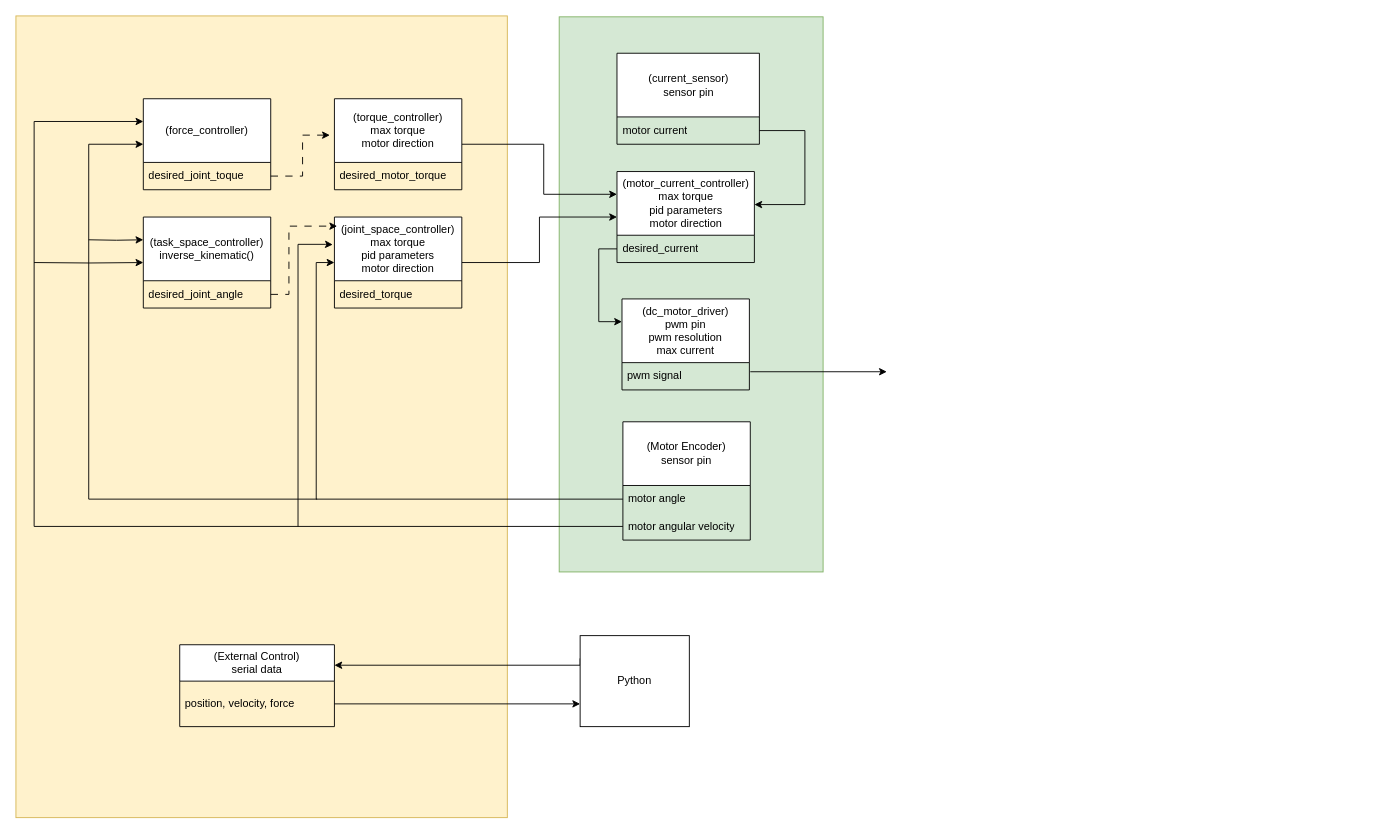
Earlier version of the draw.io diagram Untitled Diagram.drawio (amiremolaei/classification-pipeline). Source tidied: cells renumbered, new cells numbered last; positions are measured from the earlier drawing's top-left corner, leaving out a move shared by most shapes. Both pictures are drawn from the tidied source at 91%, with x=0, y=0 at pixel (15, 15).
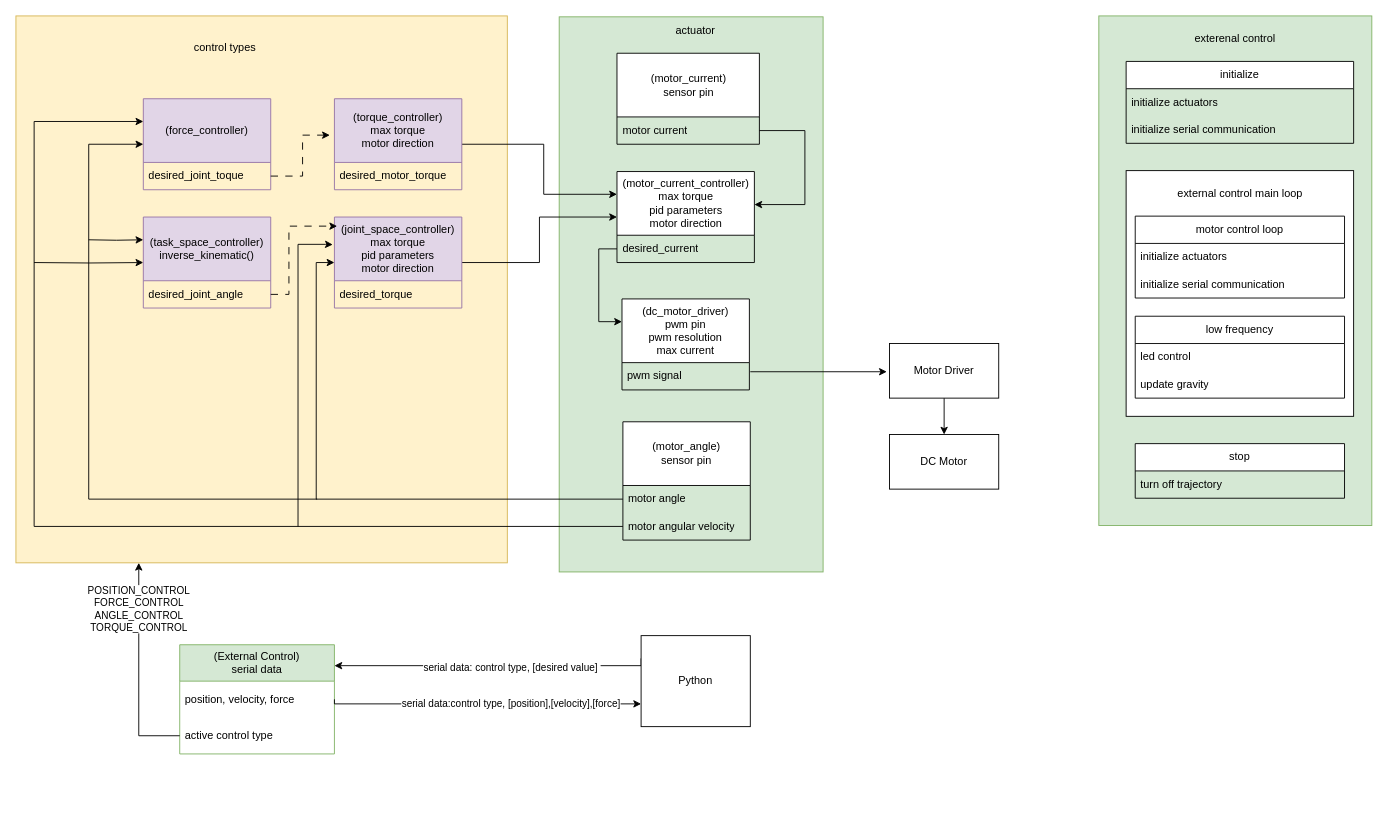
The same page after the edit.

Change to the diagram source:
```diff
@@
     <mxCell id="2" style="rounded=0;whiteSpace=wrap;html=1;fillColor=#fff2cc;strokeColor=#d6b656;" parent="1" vertex="1">
-      <mxGeometry width="540" height="881" as="geometry" />
+      <mxGeometry width="540" height="601" as="geometry" />
     </mxCell>
@@
-    <mxCell id="4" value="(Motor Encoder)&lt;br&gt;sensor pin" style="swimlane;fontStyle=0;horizontal=1;startSize=70;whiteSpace=wrap;html=1;" parent="1" vertex="1">
+    <mxCell id="4" value="(motor_angle)&lt;br&gt;sensor pin" style="swimlane;fontStyle=0;horizontal=1;startSize=70;whiteSpace=wrap;html=1;" parent="1" vertex="1">
       <mxGeometry x="667" y="446" width="140" height="130" as="geometry" />
     </mxCell>
@@
-    <mxCell id="9" value="(current_sensor)&lt;br&gt;sensor pin" style="swimlane;fontStyle=0;horizontal=1;startSize=70;whiteSpace=wrap;html=1;" parent="1" vertex="1">
+    <mxCell id="9" value="(motor_current)&lt;br&gt;sensor pin" style="swimlane;fontStyle=0;horizontal=1;startSize=70;whiteSpace=wrap;html=1;" parent="1" vertex="1">
       <mxGeometry x="660.5" y="41" width="156.5" height="100" as="geometry" />
     </mxCell>
@@
-    <mxCell id="15" value="(torque_controller)&lt;br&gt;max torque&lt;br&gt;motor direction" style="swimlane;fontStyle=0;horizontal=1;startSize=70;whiteSpace=wrap;html=1;" parent="1" vertex="1">
+    <mxCell id="15" value="(torque_controller)&lt;br&gt;max torque&lt;br&gt;motor direction" style="swimlane;fontStyle=0;horizontal=1;startSize=70;whiteSpace=wrap;html=1;fillColor=#e1d5e7;strokeColor=#9673a6;" parent="1" vertex="1">
       <mxGeometry x="350" y="91" width="140" height="100" as="geometry" />
     </mxCell>
@@
-    <mxCell id="17" value="(force_controller)&lt;br&gt;" style="swimlane;fontStyle=0;horizontal=1;startSize=70;whiteSpace=wrap;html=1;" parent="1" vertex="1">
+    <mxCell id="17" value="(force_controller)&lt;br&gt;" style="swimlane;fontStyle=0;horizontal=1;startSize=70;whiteSpace=wrap;html=1;fillColor=#e1d5e7;strokeColor=#9673a6;" parent="1" vertex="1">
       <mxGeometry x="140" y="91" width="140" height="100" as="geometry" />
     </mxCell>
@@
-    <mxCell id="26" value="(joint_space_controller)&lt;br&gt;max torque&lt;br&gt;pid parameters&lt;br&gt;motor direction" style="swimlane;fontStyle=0;horizontal=1;startSize=70;whiteSpace=wrap;html=1;" parent="1" vertex="1">
+    <mxCell id="26" value="(joint_space_controller)&lt;br&gt;max torque&lt;br&gt;pid parameters&lt;br&gt;motor direction" style="swimlane;fontStyle=0;horizontal=1;startSize=70;whiteSpace=wrap;html=1;fillColor=#e1d5e7;strokeColor=#9673a6;" parent="1" vertex="1">
       <mxGeometry x="350" y="221" width="140" height="100" as="geometry" />
     </mxCell>
@@
-    <mxCell id="30" value="(task_space_controller)&lt;br&gt;inverse_kinematic()" style="swimlane;fontStyle=0;horizontal=1;startSize=70;whiteSpace=wrap;html=1;" parent="1" vertex="1">
+    <mxCell id="30" value="(task_space_controller)&lt;br&gt;inverse_kinematic()" style="swimlane;fontStyle=0;horizontal=1;startSize=70;whiteSpace=wrap;html=1;fillColor=#e1d5e7;strokeColor=#9673a6;" parent="1" vertex="1">
       <mxGeometry x="140" y="221" width="140" height="100" as="geometry" />
     </mxCell>
@@
-    <mxCell id="34" style="edgeStyle=orthogonalEdgeStyle;rounded=0;jettySize=auto;html=1;exitX=0;exitY=0.25;exitDx=0;exitDy=0;entryX=1;entryY=0.25;entryDx=0;entryDy=0;" parent="1" edge="1" source="35" target="36">
+    <mxCell id="34" style="edgeStyle=orthogonalEdgeStyle;rounded=0;jettySize=auto;html=1;exitX=0;exitY=0.25;exitDx=0;exitDy=0;" parent="1" edge="1" source="35">
       <mxGeometry relative="1" as="geometry">
+        <mxPoint x="350" y="714" as="targetPoint" />
         <Array as="points">
-          <mxPoint x="620" y="714" />
+          <mxPoint x="687" y="714" />
         </Array>
       </mxGeometry>
     </mxCell>
+    <mxCell id="39" value="serial data: control type, [desired value]&amp;nbsp;" style="edgeLabel;html=1;align=center;verticalAlign=middle;" parent="34" vertex="1">
+      <mxGeometry x="-0.29" y="1" relative="1" as="geometry">
+        <mxPoint x="-29" as="offset" />
+      </mxGeometry>
+    </mxCell>
     <mxCell id="35" value="Python" style="rounded=0;whiteSpace=wrap;html=1;" parent="1" vertex="1">
-      <mxGeometry x="620" y="681" width="120" height="100" as="geometry" />
+      <mxGeometry x="687" y="681" width="120" height="100" as="geometry" />
     </mxCell>
-    <mxCell id="36" value="(External Control)&lt;br&gt;serial data" style="swimlane;fontStyle=0;horizontal=1;startSize=40;whiteSpace=wrap;html=1;" parent="1" vertex="1">
-      <mxGeometry x="180" y="691" width="170" height="90" as="geometry" />
+    <mxCell id="36" value="(External Control)&lt;br&gt;serial data" style="swimlane;fontStyle=0;horizontal=1;startSize=40;whiteSpace=wrap;html=1;fillColor=#d5e8d4;strokeColor=#82b366;" parent="1" vertex="1">
+      <mxGeometry x="180" y="691" width="170" height="120" as="geometry" />
     </mxCell>
-    <mxCell id="37" value="position, velocity, force" style="text;strokeColor=none;fillColor=none;align=left;verticalAlign=middle;spacingLeft=4;spacingRight=4;overflow=hidden;points=[[0,0.5],[1,0.5]];portConstraint=eastwest;whiteSpace=wrap;html=1;" parent="36" vertex="1">
-      <mxGeometry y="40" width="170" height="50" as="geometry" />
+    <mxCell id="37" value="position, velocity, force&lt;br&gt;" style="text;strokeColor=none;fillColor=none;align=left;verticalAlign=middle;spacingLeft=4;spacingRight=4;overflow=hidden;points=[[0,0.5],[1,0.5]];portConstraint=eastwest;whiteSpace=wrap;html=1;" parent="36" vertex="1">
+      <mxGeometry y="40" width="170" height="40" as="geometry" />
     </mxCell>
+    <mxCell id="40" value="active control type" style="text;strokeColor=none;fillColor=none;align=left;verticalAlign=middle;spacingLeft=4;spacingRight=4;overflow=hidden;points=[[0,0.5],[1,0.5]];portConstraint=eastwest;whiteSpace=wrap;html=1;" parent="36" vertex="1">
+      <mxGeometry y="80" width="170" height="40" as="geometry" />
+    </mxCell>
     <mxCell id="38" style="edgeStyle=orthogonalEdgeStyle;rounded=0;jettySize=auto;html=1;exitX=1;exitY=0.5;exitDx=0;exitDy=0;entryX=0;entryY=0.75;entryDx=0;entryDy=0;" parent="1" edge="1" source="37" target="35">
-      <mxGeometry relative="1" as="geometry" />
+      <mxGeometry relative="1" as="geometry">
+        <Array as="points">
+          <mxPoint x="350" y="756" />
+        </Array>
+      </mxGeometry>
     </mxCell>
+    <mxCell id="41" value="serial data:control type, [position],[velocity],[force]" style="edgeLabel;html=1;align=center;verticalAlign=middle;" parent="38" vertex="1">
+      <mxGeometry x="0.28" y="1" relative="1" as="geometry">
+        <mxPoint x="-21" as="offset" />
+      </mxGeometry>
+    </mxCell>
+    <mxCell id="42" style="edgeStyle=orthogonalEdgeStyle;rounded=0;jettySize=auto;html=1;exitX=0;exitY=0.5;exitDx=0;exitDy=0;entryX=0.25;entryY=1;entryDx=0;entryDy=0;" parent="1" edge="1" source="40" target="2">
+      <mxGeometry relative="1" as="geometry">
+        <Array as="points">
+          <mxPoint x="135" y="791" />
+        </Array>
+      </mxGeometry>
+    </mxCell>
+    <mxCell id="43" value="POSITION_CONTROL&lt;br&gt;FORCE_CONTROL&lt;br&gt;ANGLE_CONTROL&lt;br&gt;TORQUE_CONTROL" style="edgeLabel;html=1;align=center;verticalAlign=middle;" parent="42" vertex="1">
+      <mxGeometry x="0.49" relative="1" as="geometry">
+        <mxPoint y="-10" as="offset" />
+      </mxGeometry>
+    </mxCell>
+    <mxCell id="44" value="control types" style="text;html=1;strokeColor=none;fillColor=none;align=center;verticalAlign=middle;whiteSpace=wrap;rounded=0;" parent="1" vertex="1">
+      <mxGeometry x="180" y="20" width="100" height="30" as="geometry" />
+    </mxCell>
+    <mxCell id="45" value="actuator" style="text;html=1;strokeColor=none;fillColor=none;align=center;verticalAlign=middle;whiteSpace=wrap;rounded=0;" parent="1" vertex="1">
+      <mxGeometry x="697" y="1" width="100" height="30" as="geometry" />
+    </mxCell>
+    <mxCell id="46" style="edgeStyle=orthogonalEdgeStyle;rounded=0;jettySize=auto;html=1;exitX=0.5;exitY=1;exitDx=0;exitDy=0;entryX=0.5;entryY=0;entryDx=0;entryDy=0;" parent="1" edge="1" source="47" target="48">
+      <mxGeometry relative="1" as="geometry" />
+    </mxCell>
+    <mxCell id="47" value="Motor Driver" style="rounded=0;whiteSpace=wrap;html=1;" parent="1" vertex="1">
+      <mxGeometry x="960" y="360" width="120" height="60" as="geometry" />
+    </mxCell>
+    <mxCell id="48" value="DC Motor" style="rounded=0;whiteSpace=wrap;html=1;" parent="1" vertex="1">
+      <mxGeometry x="960" y="460" width="120" height="60" as="geometry" />
+    </mxCell>
+    <mxCell id="49" style="rounded=0;whiteSpace=wrap;html=1;fillColor=#d5e8d4;strokeColor=#82b366;" parent="1" vertex="1">
+      <mxGeometry x="1190" width="300" height="560" as="geometry" />
+    </mxCell>
+    <mxCell id="50" style="rounded=0;whiteSpace=wrap;html=1;" parent="1" vertex="1">
+      <mxGeometry x="1220" y="170" width="250" height="270" as="geometry" />
+    </mxCell>
+    <mxCell id="51" value="initialize" style="swimlane;fontStyle=0;horizontal=1;startSize=30;whiteSpace=wrap;html=1;" parent="1" vertex="1">
+      <mxGeometry x="1220" y="50" width="250" height="90" as="geometry" />
+    </mxCell>
+    <mxCell id="52" value="initialize actuators" style="text;strokeColor=none;fillColor=none;align=left;verticalAlign=middle;spacingLeft=4;spacingRight=4;overflow=hidden;whiteSpace=wrap;html=1;" parent="51" vertex="1">
+      <mxGeometry y="30" width="250" height="30" as="geometry" />
+    </mxCell>
+    <mxCell id="53" value="initialize serial communication" style="text;strokeColor=none;fillColor=none;align=left;verticalAlign=middle;spacingLeft=4;spacingRight=4;overflow=hidden;whiteSpace=wrap;html=1;" parent="51" vertex="1">
+      <mxGeometry y="60" width="250" height="30" as="geometry" />
+    </mxCell>
+    <mxCell id="54" value="exterenal control" style="text;html=1;strokeColor=none;fillColor=none;align=center;verticalAlign=middle;whiteSpace=wrap;rounded=0;" parent="1" vertex="1">
+      <mxGeometry x="1290" y="10" width="100" height="30" as="geometry" />
+    </mxCell>
+    <mxCell id="55" value="external control main loop" style="text;html=1;strokeColor=none;fillColor=none;align=center;verticalAlign=middle;whiteSpace=wrap;rounded=0;" parent="1" vertex="1">
+      <mxGeometry x="1267.5" y="180" width="155" height="30" as="geometry" />
+    </mxCell>
+    <mxCell id="56" value="motor control loop" style="swimlane;fontStyle=0;horizontal=1;startSize=30;whiteSpace=wrap;html=1;" parent="1" vertex="1">
+      <mxGeometry x="1230" y="220" width="230" height="90" as="geometry" />
+    </mxCell>
+    <mxCell id="57" value="initialize actuators" style="text;strokeColor=none;fillColor=none;align=left;verticalAlign=middle;spacingLeft=4;spacingRight=4;overflow=hidden;whiteSpace=wrap;html=1;" parent="56" vertex="1">
+      <mxGeometry y="30" width="230" height="30" as="geometry" />
+    </mxCell>
+    <mxCell id="58" value="initialize serial communication" style="text;strokeColor=none;fillColor=none;align=left;verticalAlign=middle;spacingLeft=4;spacingRight=4;overflow=hidden;whiteSpace=wrap;html=1;" parent="56" vertex="1">
+      <mxGeometry y="60" width="230" height="30" as="geometry" />
+    </mxCell>
+    <mxCell id="59" value="low frequency" style="swimlane;fontStyle=0;horizontal=1;startSize=30;whiteSpace=wrap;html=1;" parent="1" vertex="1">
+      <mxGeometry x="1230" y="330" width="230" height="90" as="geometry" />
+    </mxCell>
+    <mxCell id="60" value="led control" style="text;strokeColor=none;fillColor=none;align=left;verticalAlign=middle;spacingLeft=4;spacingRight=4;overflow=hidden;whiteSpace=wrap;html=1;" parent="59" vertex="1">
+      <mxGeometry y="30" width="230" height="30" as="geometry" />
+    </mxCell>
+    <mxCell id="61" value="update gravity" style="text;strokeColor=none;fillColor=none;align=left;verticalAlign=middle;spacingLeft=4;spacingRight=4;overflow=hidden;whiteSpace=wrap;html=1;" parent="59" vertex="1">
+      <mxGeometry y="60" width="230" height="30" as="geometry" />
+    </mxCell>
+    <mxCell id="62" value="stop" style="swimlane;fontStyle=0;horizontal=1;startSize=30;whiteSpace=wrap;html=1;" parent="1" vertex="1">
+      <mxGeometry x="1230" y="470" width="230" height="60" as="geometry" />
+    </mxCell>
+    <mxCell id="63" value="turn off trajectory" style="text;strokeColor=none;fillColor=none;align=left;verticalAlign=middle;spacingLeft=4;spacingRight=4;overflow=hidden;whiteSpace=wrap;html=1;" parent="62" vertex="1">
+      <mxGeometry y="30" width="230" height="30" as="geometry" />
+    </mxCell>
```
